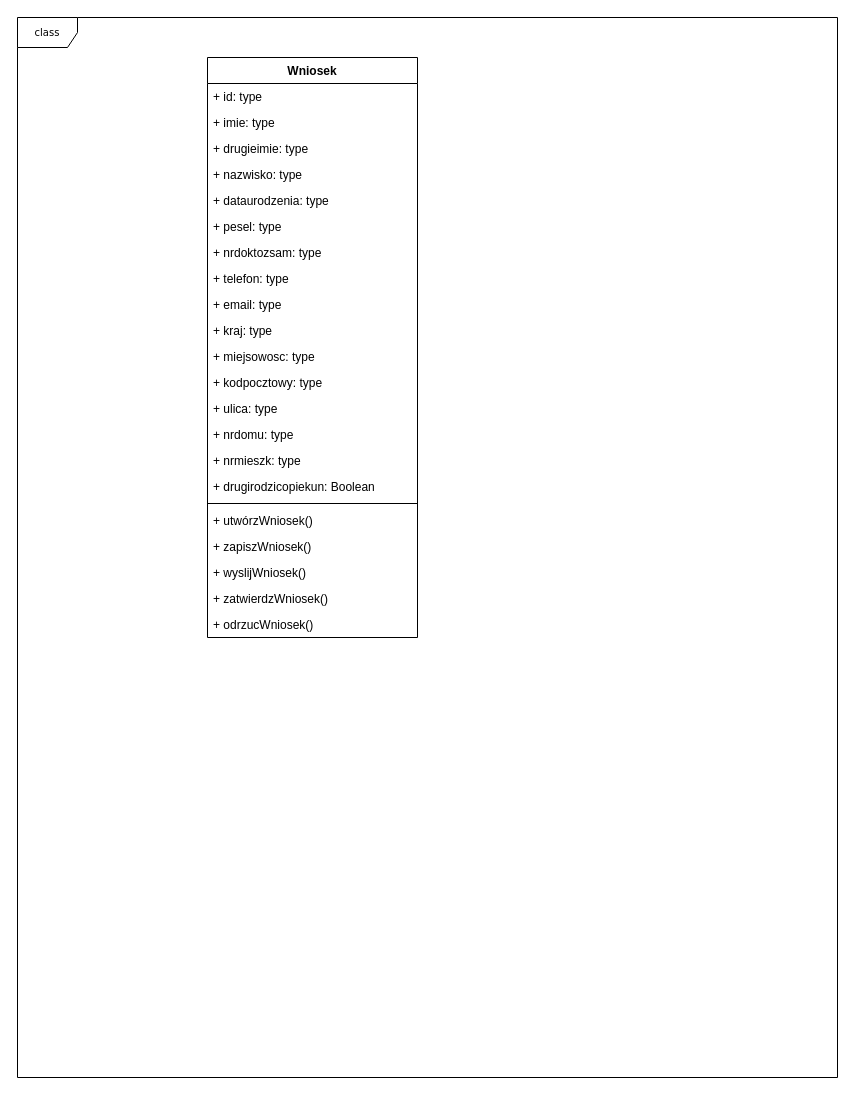
Before: eRodzina-model-dziedziny.drawio in tadeg/study, a draw.io diagram. Source tidied: cells renumbered, new cells numbered last; positions are measured from the earlier drawing's top-left corner, leaving out a move shared by most shapes. Both pictures are drawn from the tidied source at 100%, with x=0, y=0 at pixel (17, 17).
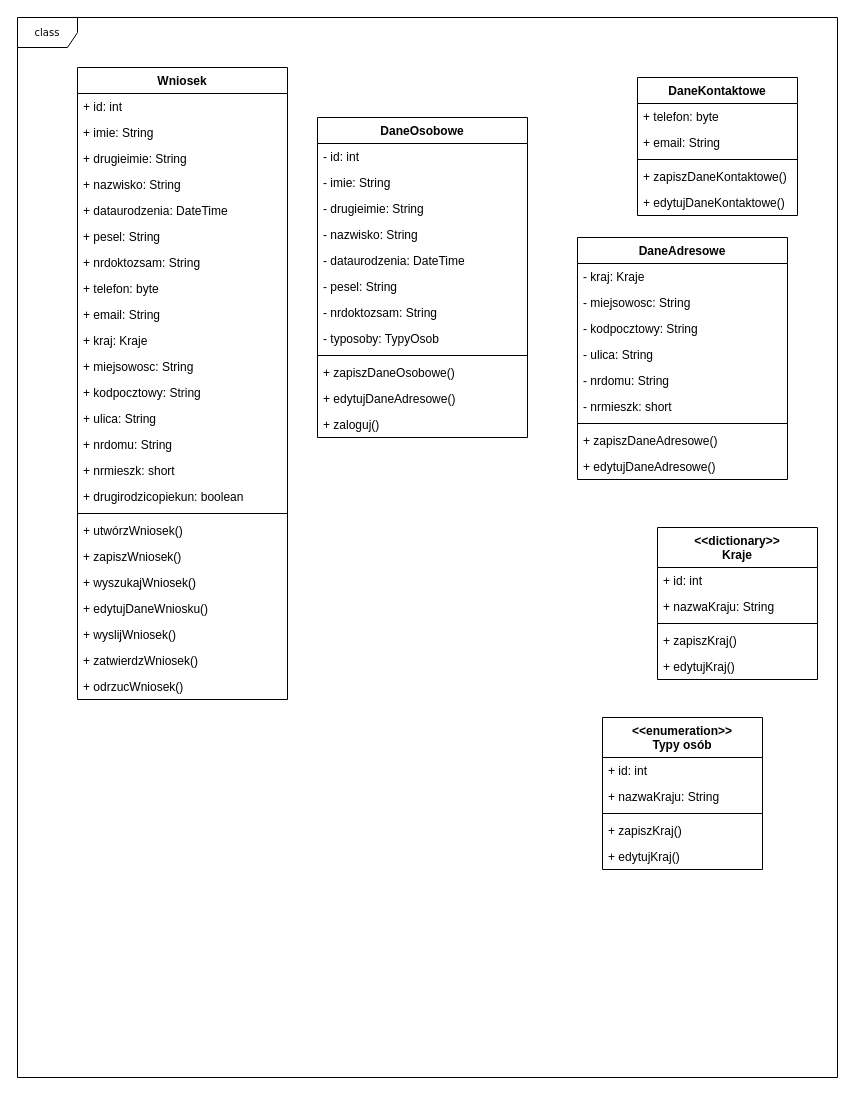
The same page after the edit.

The edit, as a diff of the source:
```diff
@@
     <mxCell id="3" value="Wniosek" style="swimlane;fontStyle=1;align=center;verticalAlign=top;horizontal=1;startSize=26;" parent="1" vertex="1">
-      <mxGeometry x="190" y="40" width="210" height="580" as="geometry" />
+      <mxGeometry x="60" y="50" width="210" height="632" as="geometry" />
     </mxCell>
-    <mxCell id="4" value="+ id: type" style="text;strokeColor=none;fillColor=none;align=left;verticalAlign=top;spacingLeft=4;spacingRight=4;overflow=hidden;" parent="3" vertex="1">
+    <mxCell id="4" value="+ id: int&#10;" style="text;strokeColor=none;fillColor=none;align=left;verticalAlign=top;spacingLeft=4;spacingRight=4;overflow=hidden;" parent="3" vertex="1">
       <mxGeometry y="26" width="210" height="26" as="geometry" />
     </mxCell>
-    <mxCell id="5" value="+ imie: type" style="text;strokeColor=none;fillColor=none;align=left;verticalAlign=top;spacingLeft=4;spacingRight=4;overflow=hidden;" parent="3" vertex="1">
+    <mxCell id="5" value="+ imie: String" style="text;strokeColor=none;fillColor=none;align=left;verticalAlign=top;spacingLeft=4;spacingRight=4;overflow=hidden;" parent="3" vertex="1">
       <mxGeometry y="52" width="210" height="26" as="geometry" />
     </mxCell>
-    <mxCell id="6" value="+ drugieimie: type" style="text;strokeColor=none;fillColor=none;align=left;verticalAlign=top;spacingLeft=4;spacingRight=4;overflow=hidden;" parent="3" vertex="1">
+    <mxCell id="6" value="+ drugieimie: String" style="text;strokeColor=none;fillColor=none;align=left;verticalAlign=top;spacingLeft=4;spacingRight=4;overflow=hidden;" parent="3" vertex="1">
       <mxGeometry y="78" width="210" height="26" as="geometry" />
     </mxCell>
-    <mxCell id="7" value="+ nazwisko: type" style="text;strokeColor=none;fillColor=none;align=left;verticalAlign=top;spacingLeft=4;spacingRight=4;overflow=hidden;" parent="3" vertex="1">
+    <mxCell id="7" value="+ nazwisko: String" style="text;strokeColor=none;fillColor=none;align=left;verticalAlign=top;spacingLeft=4;spacingRight=4;overflow=hidden;" parent="3" vertex="1">
       <mxGeometry y="104" width="210" height="26" as="geometry" />
     </mxCell>
-    <mxCell id="8" value="+ dataurodzenia: type" style="text;strokeColor=none;fillColor=none;align=left;verticalAlign=top;spacingLeft=4;spacingRight=4;overflow=hidden;" parent="3" vertex="1">
+    <mxCell id="8" value="+ dataurodzenia: DateTime" style="text;strokeColor=none;fillColor=none;align=left;verticalAlign=top;spacingLeft=4;spacingRight=4;overflow=hidden;" parent="3" vertex="1">
       <mxGeometry y="130" width="210" height="26" as="geometry" />
     </mxCell>
-    <mxCell id="9" value="+ pesel: type" style="text;strokeColor=none;fillColor=none;align=left;verticalAlign=top;spacingLeft=4;spacingRight=4;overflow=hidden;" parent="3" vertex="1">
+    <mxCell id="9" value="+ pesel: String" style="text;strokeColor=none;fillColor=none;align=left;verticalAlign=top;spacingLeft=4;spacingRight=4;overflow=hidden;" parent="3" vertex="1">
       <mxGeometry y="156" width="210" height="26" as="geometry" />
     </mxCell>
-    <mxCell id="10" value="+ nrdoktozsam: type" style="text;strokeColor=none;fillColor=none;align=left;verticalAlign=top;spacingLeft=4;spacingRight=4;overflow=hidden;" parent="3" vertex="1">
+    <mxCell id="10" value="+ nrdoktozsam: String" style="text;strokeColor=none;fillColor=none;align=left;verticalAlign=top;spacingLeft=4;spacingRight=4;overflow=hidden;" parent="3" vertex="1">
       <mxGeometry y="182" width="210" height="26" as="geometry" />
     </mxCell>
-    <mxCell id="11" value="+ telefon: type" style="text;strokeColor=none;fillColor=none;align=left;verticalAlign=top;spacingLeft=4;spacingRight=4;overflow=hidden;" parent="3" vertex="1">
+    <mxCell id="11" value="+ telefon: byte" style="text;strokeColor=none;fillColor=none;align=left;verticalAlign=top;spacingLeft=4;spacingRight=4;overflow=hidden;" parent="3" vertex="1">
       <mxGeometry y="208" width="210" height="26" as="geometry" />
     </mxCell>
-    <mxCell id="12" value="+ email: type" style="text;strokeColor=none;fillColor=none;align=left;verticalAlign=top;spacingLeft=4;spacingRight=4;overflow=hidden;" parent="3" vertex="1">
+    <mxCell id="12" value="+ email: String" style="text;strokeColor=none;fillColor=none;align=left;verticalAlign=top;spacingLeft=4;spacingRight=4;overflow=hidden;" parent="3" vertex="1">
       <mxGeometry y="234" width="210" height="26" as="geometry" />
     </mxCell>
-    <mxCell id="13" value="+ kraj: type" style="text;strokeColor=none;fillColor=none;align=left;verticalAlign=top;spacingLeft=4;spacingRight=4;overflow=hidden;" parent="3" vertex="1">
+    <mxCell id="13" value="+ kraj: Kraje" style="text;strokeColor=none;fillColor=none;align=left;verticalAlign=top;spacingLeft=4;spacingRight=4;overflow=hidden;" parent="3" vertex="1">
       <mxGeometry y="260" width="210" height="26" as="geometry" />
     </mxCell>
-    <mxCell id="14" value="+ miejsowosc: type" style="text;strokeColor=none;fillColor=none;align=left;verticalAlign=top;spacingLeft=4;spacingRight=4;overflow=hidden;" parent="3" vertex="1">
+    <mxCell id="14" value="+ miejsowosc: String" style="text;strokeColor=none;fillColor=none;align=left;verticalAlign=top;spacingLeft=4;spacingRight=4;overflow=hidden;" parent="3" vertex="1">
       <mxGeometry y="286" width="210" height="26" as="geometry" />
     </mxCell>
-    <mxCell id="15" value="+ kodpocztowy: type" style="text;strokeColor=none;fillColor=none;align=left;verticalAlign=top;spacingLeft=4;spacingRight=4;overflow=hidden;" parent="3" vertex="1">
+    <mxCell id="15" value="+ kodpocztowy: String" style="text;strokeColor=none;fillColor=none;align=left;verticalAlign=top;spacingLeft=4;spacingRight=4;overflow=hidden;" parent="3" vertex="1">
       <mxGeometry y="312" width="210" height="26" as="geometry" />
     </mxCell>
-    <mxCell id="16" value="+ ulica: type" style="text;strokeColor=none;fillColor=none;align=left;verticalAlign=top;spacingLeft=4;spacingRight=4;overflow=hidden;" parent="3" vertex="1">
+    <mxCell id="16" value="+ ulica: String" style="text;strokeColor=none;fillColor=none;align=left;verticalAlign=top;spacingLeft=4;spacingRight=4;overflow=hidden;" parent="3" vertex="1">
       <mxGeometry y="338" width="210" height="26" as="geometry" />
     </mxCell>
-    <mxCell id="17" value="+ nrdomu: type" style="text;strokeColor=none;fillColor=none;align=left;verticalAlign=top;spacingLeft=4;spacingRight=4;overflow=hidden;" parent="3" vertex="1">
+    <mxCell id="17" value="+ nrdomu: String" style="text;strokeColor=none;fillColor=none;align=left;verticalAlign=top;spacingLeft=4;spacingRight=4;overflow=hidden;" parent="3" vertex="1">
       <mxGeometry y="364" width="210" height="26" as="geometry" />
     </mxCell>
-    <mxCell id="18" value="+ nrmieszk: type" style="text;strokeColor=none;fillColor=none;align=left;verticalAlign=top;spacingLeft=4;spacingRight=4;overflow=hidden;" parent="3" vertex="1">
+    <mxCell id="18" value="+ nrmieszk: short" style="text;strokeColor=none;fillColor=none;align=left;verticalAlign=top;spacingLeft=4;spacingRight=4;overflow=hidden;" parent="3" vertex="1">
       <mxGeometry y="390" width="210" height="26" as="geometry" />
     </mxCell>
-    <mxCell id="19" value="+ drugirodzicopiekun: Boolean" style="text;strokeColor=none;fillColor=none;align=left;verticalAlign=top;spacingLeft=4;spacingRight=4;overflow=hidden;" parent="3" vertex="1">
+    <mxCell id="19" value="+ drugirodzicopiekun: boolean" style="text;strokeColor=none;fillColor=none;align=left;verticalAlign=top;spacingLeft=4;spacingRight=4;overflow=hidden;" parent="3" vertex="1">
       <mxGeometry y="416" width="210" height="26" as="geometry" />
     </mxCell>
@@
+    <mxCell id="26" value="+ wyszukajWniosek()&#10;" style="text;strokeColor=none;fillColor=none;align=left;verticalAlign=top;spacingLeft=4;spacingRight=4;overflow=hidden;" parent="3" vertex="1">
+      <mxGeometry y="502" width="210" height="26" as="geometry" />
+    </mxCell>
+    <mxCell id="27" value="+ edytujDaneWniosku()&#10;" style="text;strokeColor=none;fillColor=none;align=left;verticalAlign=top;spacingLeft=4;spacingRight=4;overflow=hidden;" parent="3" vertex="1">
+      <mxGeometry y="528" width="210" height="26" as="geometry" />
+    </mxCell>
     <mxCell id="23" value="+ wyslijWniosek()&#10;" style="text;strokeColor=none;fillColor=none;align=left;verticalAlign=top;spacingLeft=4;spacingRight=4;overflow=hidden;" parent="3" vertex="1">
-      <mxGeometry y="502" width="210" height="26" as="geometry" />
+      <mxGeometry y="554" width="210" height="26" as="geometry" />
     </mxCell>
     <mxCell id="24" value="+ zatwierdzWniosek()&#10;" style="text;strokeColor=none;fillColor=none;align=left;verticalAlign=top;spacingLeft=4;spacingRight=4;overflow=hidden;" parent="3" vertex="1">
-      <mxGeometry y="528" width="210" height="26" as="geometry" />
+      <mxGeometry y="580" width="210" height="26" as="geometry" />
     </mxCell>
     <mxCell id="25" value="+ odrzucWniosek()&#10;" style="text;strokeColor=none;fillColor=none;align=left;verticalAlign=top;spacingLeft=4;spacingRight=4;overflow=hidden;" parent="3" vertex="1">
-      <mxGeometry y="554" width="210" height="26" as="geometry" />
+      <mxGeometry y="606" width="210" height="26" as="geometry" />
     </mxCell>
+    <mxCell id="28" value="DaneAdresowe" style="swimlane;fontStyle=1;align=center;verticalAlign=top;horizontal=1;startSize=26;" parent="1" vertex="1">
+      <mxGeometry x="560" y="220" width="210" height="242" as="geometry" />
+    </mxCell>
+    <mxCell id="29" value="- kraj: Kraje" style="text;strokeColor=none;fillColor=none;align=left;verticalAlign=top;spacingLeft=4;spacingRight=4;overflow=hidden;" parent="28" vertex="1">
+      <mxGeometry y="26" width="210" height="26" as="geometry" />
+    </mxCell>
+    <mxCell id="30" value="- miejsowosc: String" style="text;strokeColor=none;fillColor=none;align=left;verticalAlign=top;spacingLeft=4;spacingRight=4;overflow=hidden;" parent="28" vertex="1">
+      <mxGeometry y="52" width="210" height="26" as="geometry" />
+    </mxCell>
+    <mxCell id="31" value="- kodpocztowy: String" style="text;strokeColor=none;fillColor=none;align=left;verticalAlign=top;spacingLeft=4;spacingRight=4;overflow=hidden;" parent="28" vertex="1">
+      <mxGeometry y="78" width="210" height="26" as="geometry" />
+    </mxCell>
+    <mxCell id="32" value="- ulica: String" style="text;strokeColor=none;fillColor=none;align=left;verticalAlign=top;spacingLeft=4;spacingRight=4;overflow=hidden;" parent="28" vertex="1">
+      <mxGeometry y="104" width="210" height="26" as="geometry" />
+    </mxCell>
+    <mxCell id="33" value="- nrdomu: String" style="text;strokeColor=none;fillColor=none;align=left;verticalAlign=top;spacingLeft=4;spacingRight=4;overflow=hidden;" parent="28" vertex="1">
+      <mxGeometry y="130" width="210" height="26" as="geometry" />
+    </mxCell>
+    <mxCell id="34" value="- nrmieszk: short" style="text;strokeColor=none;fillColor=none;align=left;verticalAlign=top;spacingLeft=4;spacingRight=4;overflow=hidden;" parent="28" vertex="1">
+      <mxGeometry y="156" width="210" height="26" as="geometry" />
+    </mxCell>
+    <mxCell id="35" style="line;strokeWidth=1;fillColor=none;align=left;verticalAlign=middle;spacingTop=-1;spacingLeft=3;spacingRight=3;labelPosition=right;" parent="28" vertex="1">
+      <mxGeometry y="182" width="210" height="8" as="geometry" />
+    </mxCell>
+    <mxCell id="36" value="+ zapiszDaneAdresowe()" style="text;strokeColor=none;fillColor=none;align=left;verticalAlign=top;spacingLeft=4;spacingRight=4;overflow=hidden;" parent="28" vertex="1">
+      <mxGeometry y="190" width="210" height="26" as="geometry" />
+    </mxCell>
+    <mxCell id="37" value="+ edytujDaneAdresowe()" style="text;strokeColor=none;fillColor=none;align=left;verticalAlign=top;spacingLeft=4;spacingRight=4;overflow=hidden;" parent="28" vertex="1">
+      <mxGeometry y="216" width="210" height="26" as="geometry" />
+    </mxCell>
+    <mxCell id="38" value="DaneKontaktowe" style="swimlane;fontStyle=1;align=center;verticalAlign=top;horizontal=1;startSize=26;" parent="1" vertex="1">
+      <mxGeometry x="620" y="60" width="160" height="138" as="geometry" />
+    </mxCell>
+    <mxCell id="39" value="+ telefon: byte" style="text;strokeColor=none;fillColor=none;align=left;verticalAlign=top;spacingLeft=4;spacingRight=4;overflow=hidden;" parent="38" vertex="1">
+      <mxGeometry y="26" width="160" height="26" as="geometry" />
+    </mxCell>
+    <mxCell id="40" value="+ email: String" style="text;strokeColor=none;fillColor=none;align=left;verticalAlign=top;spacingLeft=4;spacingRight=4;overflow=hidden;" parent="38" vertex="1">
+      <mxGeometry y="52" width="160" height="26" as="geometry" />
+    </mxCell>
+    <mxCell id="41" style="line;strokeWidth=1;fillColor=none;align=left;verticalAlign=middle;spacingTop=-1;spacingLeft=3;spacingRight=3;labelPosition=right;" parent="38" vertex="1">
+      <mxGeometry y="78" width="160" height="8" as="geometry" />
+    </mxCell>
+    <mxCell id="42" value="+ zapiszDaneKontaktowe()" style="text;strokeColor=none;fillColor=none;align=left;verticalAlign=top;spacingLeft=4;spacingRight=4;overflow=hidden;" parent="38" vertex="1">
+      <mxGeometry y="86" width="160" height="26" as="geometry" />
+    </mxCell>
+    <mxCell id="43" value="+ edytujDaneKontaktowe()" style="text;strokeColor=none;fillColor=none;align=left;verticalAlign=top;spacingLeft=4;spacingRight=4;overflow=hidden;" parent="38" vertex="1">
+      <mxGeometry y="112" width="160" height="26" as="geometry" />
+    </mxCell>
+    <mxCell id="44" value="&lt;&lt;dictionary&gt;&gt; &#10;Kraje&#10;" style="swimlane;fontStyle=1;align=center;verticalAlign=top;horizontal=1;startSize=40;" parent="1" vertex="1">
+      <mxGeometry x="640" y="510" width="160" height="152" as="geometry" />
+    </mxCell>
+    <mxCell id="45" value="+ id: int" style="text;strokeColor=none;fillColor=none;align=left;verticalAlign=top;spacingLeft=4;spacingRight=4;overflow=hidden;" parent="44" vertex="1">
+      <mxGeometry y="40" width="160" height="26" as="geometry" />
+    </mxCell>
+    <mxCell id="46" value="+ nazwaKraju: String" style="text;strokeColor=none;fillColor=none;align=left;verticalAlign=top;spacingLeft=4;spacingRight=4;overflow=hidden;" parent="44" vertex="1">
+      <mxGeometry y="66" width="160" height="26" as="geometry" />
+    </mxCell>
+    <mxCell id="47" style="line;strokeWidth=1;fillColor=none;align=left;verticalAlign=middle;spacingTop=-1;spacingLeft=3;spacingRight=3;labelPosition=right;" parent="44" vertex="1">
+      <mxGeometry y="92" width="160" height="8" as="geometry" />
+    </mxCell>
+    <mxCell id="48" value="+ zapiszKraj()" style="text;strokeColor=none;fillColor=none;align=left;verticalAlign=top;spacingLeft=4;spacingRight=4;overflow=hidden;" parent="44" vertex="1">
+      <mxGeometry y="100" width="160" height="26" as="geometry" />
+    </mxCell>
+    <mxCell id="49" value="+ edytujKraj()" style="text;strokeColor=none;fillColor=none;align=left;verticalAlign=top;spacingLeft=4;spacingRight=4;overflow=hidden;" parent="44" vertex="1">
+      <mxGeometry y="126" width="160" height="26" as="geometry" />
+    </mxCell>
+    <mxCell id="50" value="DaneOsobowe" style="swimlane;fontStyle=1;align=center;verticalAlign=top;horizontal=1;startSize=26;" parent="1" vertex="1">
+      <mxGeometry x="300" y="100" width="210" height="320" as="geometry" />
+    </mxCell>
+    <mxCell id="51" value="- id: int&#10;" style="text;strokeColor=none;fillColor=none;align=left;verticalAlign=top;spacingLeft=4;spacingRight=4;overflow=hidden;" parent="50" vertex="1">
+      <mxGeometry y="26" width="210" height="26" as="geometry" />
+    </mxCell>
+    <mxCell id="52" value="- imie: String" style="text;strokeColor=none;fillColor=none;align=left;verticalAlign=top;spacingLeft=4;spacingRight=4;overflow=hidden;" parent="50" vertex="1">
+      <mxGeometry y="52" width="210" height="26" as="geometry" />
+    </mxCell>
+    <mxCell id="53" value="- drugieimie: String" style="text;strokeColor=none;fillColor=none;align=left;verticalAlign=top;spacingLeft=4;spacingRight=4;overflow=hidden;" parent="50" vertex="1">
+      <mxGeometry y="78" width="210" height="26" as="geometry" />
+    </mxCell>
+    <mxCell id="54" value="- nazwisko: String" style="text;strokeColor=none;fillColor=none;align=left;verticalAlign=top;spacingLeft=4;spacingRight=4;overflow=hidden;" parent="50" vertex="1">
+      <mxGeometry y="104" width="210" height="26" as="geometry" />
+    </mxCell>
+    <mxCell id="55" value="- dataurodzenia: DateTime" style="text;strokeColor=none;fillColor=none;align=left;verticalAlign=top;spacingLeft=4;spacingRight=4;overflow=hidden;" parent="50" vertex="1">
+      <mxGeometry y="130" width="210" height="26" as="geometry" />
+    </mxCell>
+    <mxCell id="56" value="- pesel: String" style="text;strokeColor=none;fillColor=none;align=left;verticalAlign=top;spacingLeft=4;spacingRight=4;overflow=hidden;" parent="50" vertex="1">
+      <mxGeometry y="156" width="210" height="26" as="geometry" />
+    </mxCell>
+    <mxCell id="57" value="- nrdoktozsam: String" style="text;strokeColor=none;fillColor=none;align=left;verticalAlign=top;spacingLeft=4;spacingRight=4;overflow=hidden;" parent="50" vertex="1">
+      <mxGeometry y="182" width="210" height="26" as="geometry" />
+    </mxCell>
+    <mxCell id="58" value="- typosoby: TypyOsob" style="text;strokeColor=none;fillColor=none;align=left;verticalAlign=top;spacingLeft=4;spacingRight=4;overflow=hidden;" parent="50" vertex="1">
+      <mxGeometry y="208" width="210" height="26" as="geometry" />
+    </mxCell>
+    <mxCell id="59" style="line;strokeWidth=1;fillColor=none;align=left;verticalAlign=middle;spacingTop=-1;spacingLeft=3;spacingRight=3;labelPosition=right;" parent="50" vertex="1">
+      <mxGeometry y="234" width="210" height="8" as="geometry" />
+    </mxCell>
+    <mxCell id="60" value="+ zapiszDaneOsobowe()" style="text;strokeColor=none;fillColor=none;align=left;verticalAlign=top;spacingLeft=4;spacingRight=4;overflow=hidden;" parent="50" vertex="1">
+      <mxGeometry y="242" width="210" height="26" as="geometry" />
+    </mxCell>
+    <mxCell id="61" value="+ edytujDaneAdresowe()" style="text;strokeColor=none;fillColor=none;align=left;verticalAlign=top;spacingLeft=4;spacingRight=4;overflow=hidden;" parent="50" vertex="1">
+      <mxGeometry y="268" width="210" height="26" as="geometry" />
+    </mxCell>
+    <mxCell id="62" value="+ zaloguj()&#10;" style="text;strokeColor=none;fillColor=none;align=left;verticalAlign=top;spacingLeft=4;spacingRight=4;overflow=hidden;" parent="50" vertex="1">
+      <mxGeometry y="294" width="210" height="26" as="geometry" />
+    </mxCell>
+    <mxCell id="63" value="&lt;&lt;enumeration&gt;&gt; &#10;Typy osób&#10;" style="swimlane;fontStyle=1;align=center;verticalAlign=top;horizontal=1;startSize=40;" parent="1" vertex="1">
+      <mxGeometry x="585" y="700" width="160" height="152" as="geometry" />
+    </mxCell>
+    <mxCell id="64" value="+ id: int" style="text;strokeColor=none;fillColor=none;align=left;verticalAlign=top;spacingLeft=4;spacingRight=4;overflow=hidden;" parent="63" vertex="1">
+      <mxGeometry y="40" width="160" height="26" as="geometry" />
+    </mxCell>
+    <mxCell id="65" value="+ nazwaKraju: String" style="text;strokeColor=none;fillColor=none;align=left;verticalAlign=top;spacingLeft=4;spacingRight=4;overflow=hidden;" parent="63" vertex="1">
+      <mxGeometry y="66" width="160" height="26" as="geometry" />
+    </mxCell>
+    <mxCell id="66" style="line;strokeWidth=1;fillColor=none;align=left;verticalAlign=middle;spacingTop=-1;spacingLeft=3;spacingRight=3;labelPosition=right;" parent="63" vertex="1">
+      <mxGeometry y="92" width="160" height="8" as="geometry" />
+    </mxCell>
+    <mxCell id="67" value="+ zapiszKraj()" style="text;strokeColor=none;fillColor=none;align=left;verticalAlign=top;spacingLeft=4;spacingRight=4;overflow=hidden;" parent="63" vertex="1">
+      <mxGeometry y="100" width="160" height="26" as="geometry" />
+    </mxCell>
+    <mxCell id="68" value="+ edytujKraj()" style="text;strokeColor=none;fillColor=none;align=left;verticalAlign=top;spacingLeft=4;spacingRight=4;overflow=hidden;" parent="63" vertex="1">
+      <mxGeometry y="126" width="160" height="26" as="geometry" />
+    </mxCell>
```
